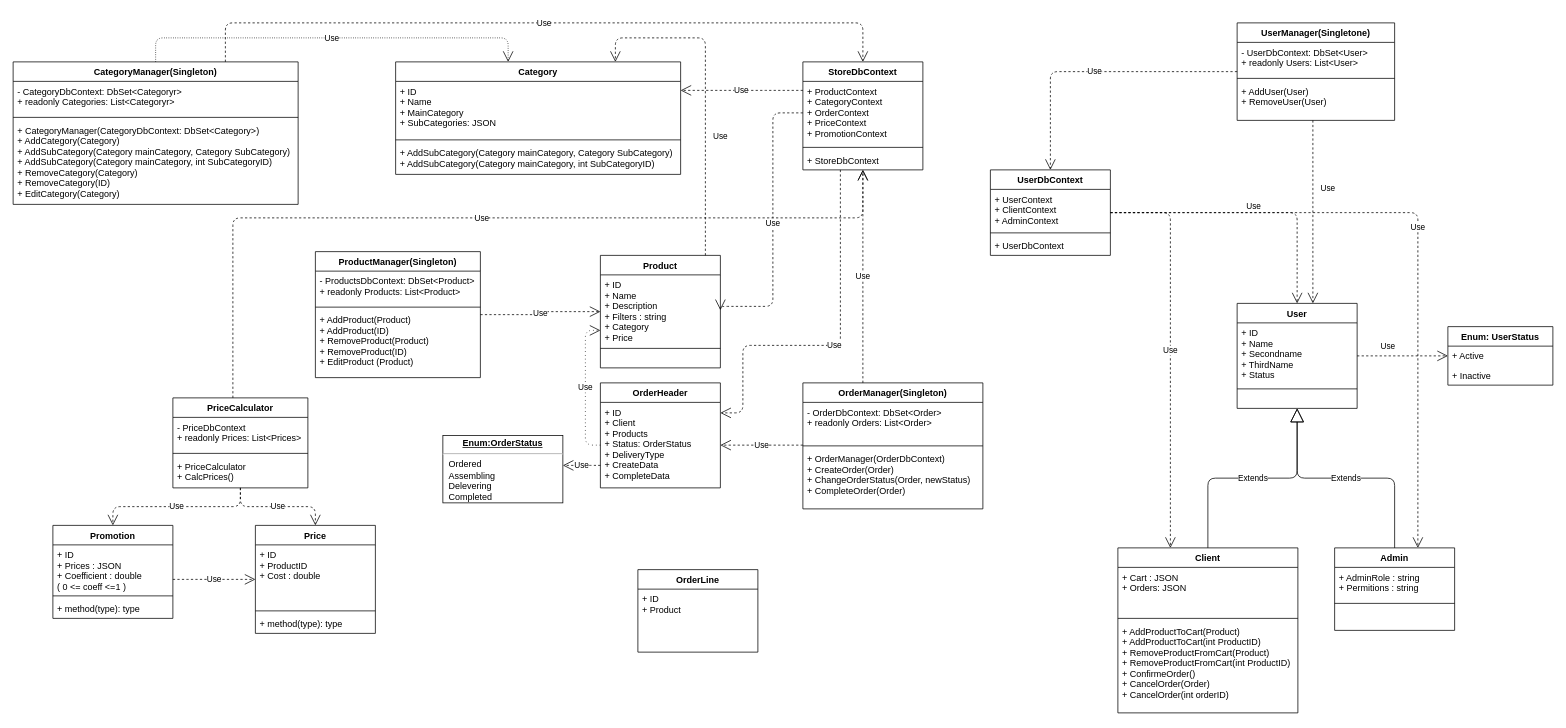
Earlier version of the draw.io diagram UML Diagram.drawio (ArtemGB/AlpakaStore). Source tidied: cells renumbered, new cells numbered last; positions are measured from the earlier drawing's top-left corner, leaving out a move shared by most shapes. Both pictures are drawn from the tidied source at 75%, with x=0, y=0 at pixel (13, 22).
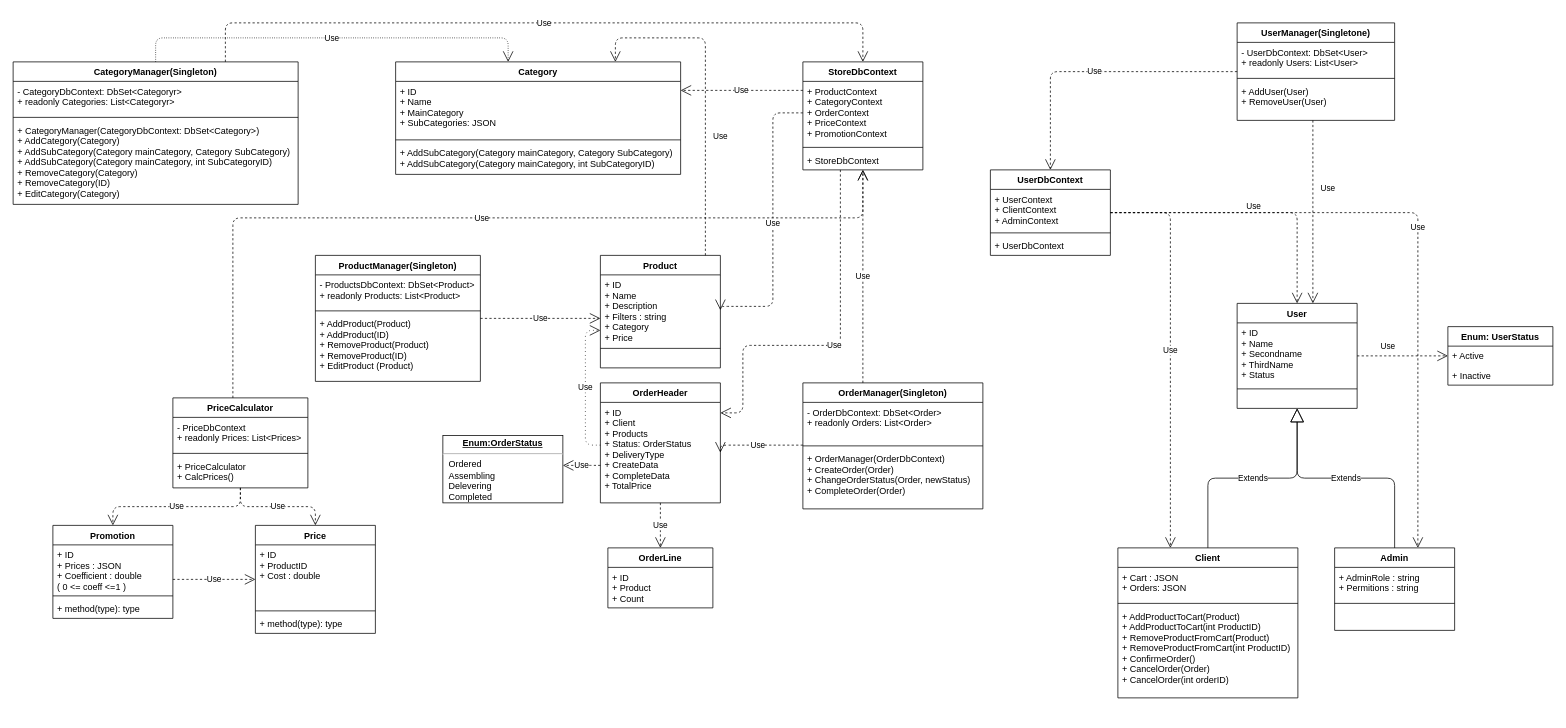
Above is the later version.

Unchanged cells that the change refers to:
```xml
<mxCell id="5" value="Product" style="swimlane;fontStyle=1;align=center;verticalAlign=top;horizontal=1;startSize=26;" parent="1" vertex="1">
  <mxGeometry x="783" y="310" width="160" height="150" as="geometry" />
</mxCell>
```

The edit, as a diff of the source:
```diff
@@
     <mxCell id="21" value="Client" style="swimlane;fontStyle=1;align=center;verticalAlign=top;horizontal=1;startSize=26;" parent="1" vertex="1">
-      <mxGeometry x="1473" y="700" width="240" height="220" as="geometry" />
+      <mxGeometry x="1473" y="700" width="240" height="200" as="geometry" />
     </mxCell>
     <mxCell id="22" value="+ Cart : JSON&#10;+ Orders: JSON" style="text;strokeColor=none;fillColor=none;align=left;verticalAlign=top;spacingLeft=4;spacingRight=4;overflow=hidden;" parent="21" vertex="1">
-      <mxGeometry y="26" width="240" height="64" as="geometry" />
+      <mxGeometry y="26" width="240" height="44" as="geometry" />
     </mxCell>
     <mxCell id="23" style="line;strokeWidth=1;fillColor=none;align=left;verticalAlign=middle;spacingTop=-1;spacingLeft=3;spacingRight=3;labelPosition=right;" parent="21" vertex="1">
-      <mxGeometry y="90" width="240" height="8" as="geometry" />
+      <mxGeometry y="70" width="240" height="8" as="geometry" />
     </mxCell>
     <mxCell id="24" value="+ AddProductToCart(Product)&#10;+ AddProductToCart(int ProductID)&#10;+ RemoveProductFromCart(Product)&#10;+ RemoveProductFromCart(int ProductID)&#10;+ ConfirmeOrder()&#10;+ CancelOrder(Order)&#10;+ CancelOrder(int orderID)" style="text;strokeColor=none;fillColor=none;align=left;verticalAlign=top;spacingLeft=4;spacingRight=4;overflow=hidden;" parent="21" vertex="1">
-      <mxGeometry y="98" width="240" height="122" as="geometry" />
+      <mxGeometry y="78" width="240" height="122" as="geometry" />
     </mxCell>
@@
     <mxCell id="31" value="OrderHeader" style="swimlane;fontStyle=1;align=center;verticalAlign=top;horizontal=1;startSize=26;" parent="1" vertex="1">
-      <mxGeometry x="783" y="480" width="160" height="140" as="geometry" />
+      <mxGeometry x="783" y="480" width="160" height="160" as="geometry" />
     </mxCell>
-    <mxCell id="32" value="+ ID&#10;+ Client&#10;+ Products&#10;+ Status: OrderStatus&#10;+ DeliveryType&#10;+ CreateData&#10;+ CompleteData" style="text;strokeColor=none;fillColor=none;align=left;verticalAlign=top;spacingLeft=4;spacingRight=4;overflow=hidden;points=[[0,0.5],[1,0.5]];portConstraint=eastwest;" parent="31" vertex="1">
-      <mxGeometry y="26" width="160" height="114" as="geometry" />
+    <mxCell id="32" value="+ ID&#10;+ Client&#10;+ Products&#10;+ Status: OrderStatus&#10;+ DeliveryType&#10;+ CreateData&#10;+ CompleteData&#10;+ TotalPrice" style="text;strokeColor=none;fillColor=none;align=left;verticalAlign=top;spacingLeft=4;spacingRight=4;overflow=hidden;points=[[0,0.5],[1,0.5]];portConstraint=eastwest;" parent="31" vertex="1">
+      <mxGeometry y="26" width="160" height="134" as="geometry" />
     </mxCell>
@@
     <mxCell id="75" value="ProductManager(Singleton)" style="swimlane;fontStyle=1;align=center;verticalAlign=top;horizontal=1;startSize=26;" parent="1" vertex="1">
-      <mxGeometry x="403" y="305" width="220" height="168" as="geometry" />
+      <mxGeometry x="403" y="310" width="220" height="168" as="geometry" />
     </mxCell>
@@
     <mxCell id="84" value="Use" style="endArrow=open;endSize=12;dashed=1;html=1;edgeStyle=orthogonalEdgeStyle;" parent="1" edge="1" source="75" target="5">
-      <mxGeometry relative="1" as="geometry" />
+      <mxGeometry relative="1" as="geometry">
+        <Array as="points">
+          <mxPoint x="743" y="394" />
+          <mxPoint x="743" y="394" />
+        </Array>
+      </mxGeometry>
     </mxCell>
@@
     <mxCell id="87" value="OrderLine" style="swimlane;fontStyle=1;align=center;verticalAlign=top;horizontal=1;startSize=26;" parent="1" vertex="1">
-      <mxGeometry x="833" y="729" width="160" height="110" as="geometry" />
+      <mxGeometry x="793" y="700" width="140" height="80" as="geometry" />
     </mxCell>
-    <mxCell id="88" value="+ ID&#10;+ Product" style="text;strokeColor=none;fillColor=none;align=left;verticalAlign=top;spacingLeft=4;spacingRight=4;overflow=hidden;" parent="87" vertex="1">
-      <mxGeometry y="26" width="160" height="84" as="geometry" />
+    <mxCell id="88" value="+ ID&#10;+ Product&#10;+ Count" style="text;strokeColor=none;fillColor=none;align=left;verticalAlign=top;spacingLeft=4;spacingRight=4;overflow=hidden;" parent="87" vertex="1">
+      <mxGeometry y="26" width="140" height="54" as="geometry" />
     </mxCell>
+    <mxCell id="89" value="Use" style="endArrow=open;endSize=12;dashed=1;html=1;edgeStyle=orthogonalEdgeStyle;" parent="1" edge="1" source="31" target="87">
+      <mxGeometry relative="1" as="geometry" />
+    </mxCell>
```
